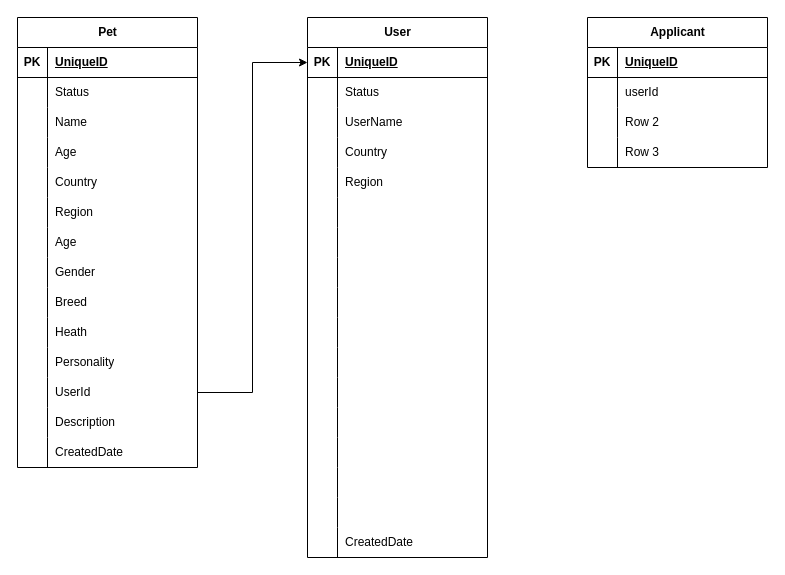
Earlier version of the draw.io diagram page "DB" (8 of 8) of MyApps/PetAdotion.drawio (vinceliao99/MyDiagrams). Source tidied: cells renumbered, new cells numbered last; positions are measured from the earlier drawing's top-left corner, leaving out a move shared by most shapes. Both pictures are drawn from the tidied source at 100%, with x=0, y=0 at pixel (17, 17).
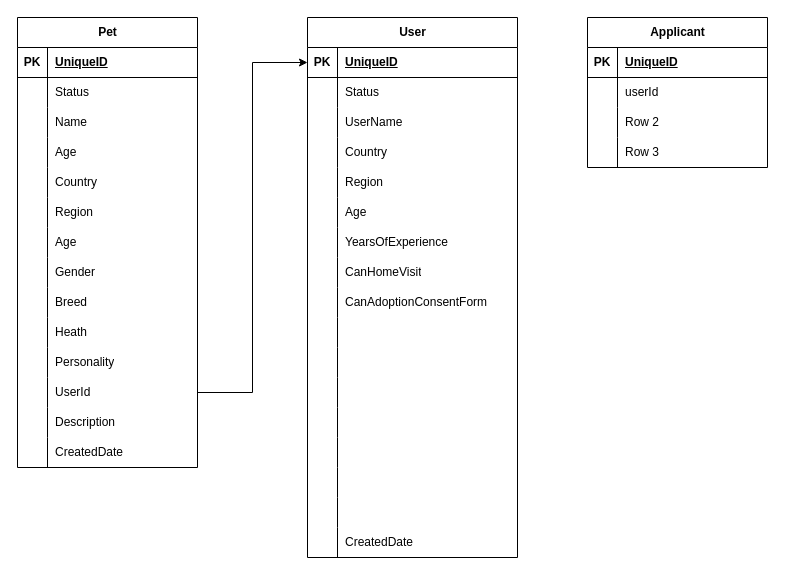
After the change.

Diff of the diagram source:
```diff
@@
     <mxCell id="2" value="User" style="shape=table;startSize=30;childLayout=tableLayout;rowLines=0;fontStyle=1;align=center;html=1;" parent="1" vertex="1">
-      <mxGeometry x="290" width="180" height="540" as="geometry" />
+      <mxGeometry x="290" width="210" height="540" as="geometry" />
     </mxCell>
     <mxCell id="3" style="shape=tableRow;horizontal=0;startSize=0;swimlaneHead=0;swimlaneBody=0;fillColor=none;points=[[0,0.5],[1,0.5]];portConstraint=eastwest;top=0;left=0;right=0;bottom=1;" parent="2" vertex="1">
-      <mxGeometry y="30" width="180" height="30" as="geometry" />
+      <mxGeometry y="30" width="210" height="30" as="geometry" />
     </mxCell>
@@
     <mxCell id="5" value="UniqueID" style="shape=partialRectangle;fillColor=none;top=0;left=0;bottom=0;right=0;align=left;spacingLeft=6;fontStyle=5;overflow=hidden;whiteSpace=wrap;html=1;" parent="3" vertex="1">
-      <mxGeometry x="30" width="150" height="30" as="geometry" />
+      <mxGeometry x="30" width="180" height="30" as="geometry" />
     </mxCell>
     <mxCell id="6" style="shape=tableRow;horizontal=0;startSize=0;swimlaneHead=0;swimlaneBody=0;fillColor=none;top=0;left=0;right=0;bottom=0;" parent="2" vertex="1">
-      <mxGeometry y="60" width="180" height="30" as="geometry" />
+      <mxGeometry y="60" width="210" height="30" as="geometry" />
     </mxCell>
@@
     <mxCell id="8" value="Status" style="shape=partialRectangle;fillColor=none;top=0;left=0;bottom=0;right=0;align=left;spacingLeft=6;overflow=hidden;whiteSpace=wrap;html=1;" parent="6" vertex="1">
-      <mxGeometry x="30" width="150" height="30" as="geometry" />
+      <mxGeometry x="30" width="180" height="30" as="geometry" />
     </mxCell>
     <mxCell id="9" style="shape=tableRow;horizontal=0;startSize=0;swimlaneHead=0;swimlaneBody=0;fillColor=none;top=0;left=0;right=0;bottom=0;" parent="2" vertex="1">
-      <mxGeometry y="90" width="180" height="30" as="geometry" />
+      <mxGeometry y="90" width="210" height="30" as="geometry" />
     </mxCell>
@@
     <mxCell id="11" value="UserName" style="shape=partialRectangle;fillColor=none;top=0;left=0;bottom=0;right=0;align=left;spacingLeft=6;overflow=hidden;whiteSpace=wrap;html=1;" parent="9" vertex="1">
-      <mxGeometry x="30" width="150" height="30" as="geometry" />
+      <mxGeometry x="30" width="180" height="30" as="geometry" />
     </mxCell>
     <mxCell id="12" style="shape=tableRow;horizontal=0;startSize=0;swimlaneHead=0;swimlaneBody=0;fillColor=none;top=0;left=0;right=0;bottom=0;" parent="2" vertex="1">
-      <mxGeometry y="120" width="180" height="30" as="geometry" />
+      <mxGeometry y="120" width="210" height="30" as="geometry" />
     </mxCell>
@@
     <mxCell id="14" value="Country" style="shape=partialRectangle;fillColor=none;top=0;left=0;bottom=0;right=0;align=left;spacingLeft=6;overflow=hidden;whiteSpace=wrap;html=1;" parent="12" vertex="1">
-      <mxGeometry x="30" width="150" height="30" as="geometry" />
+      <mxGeometry x="30" width="180" height="30" as="geometry" />
     </mxCell>
     <mxCell id="15" style="shape=tableRow;horizontal=0;startSize=0;swimlaneHead=0;swimlaneBody=0;fillColor=none;top=0;left=0;right=0;bottom=0;" parent="2" vertex="1">
-      <mxGeometry y="150" width="180" height="30" as="geometry" />
+      <mxGeometry y="150" width="210" height="30" as="geometry" />
     </mxCell>
@@
     <mxCell id="17" value="Region" style="shape=partialRectangle;fillColor=none;top=0;left=0;bottom=0;right=0;align=left;spacingLeft=6;overflow=hidden;whiteSpace=wrap;html=1;" parent="15" vertex="1">
-      <mxGeometry x="30" width="150" height="30" as="geometry" />
+      <mxGeometry x="30" width="180" height="30" as="geometry" />
     </mxCell>
     <mxCell id="18" style="shape=tableRow;horizontal=0;startSize=0;swimlaneHead=0;swimlaneBody=0;fillColor=none;top=0;left=0;right=0;bottom=0;" parent="2" vertex="1">
-      <mxGeometry y="180" width="180" height="30" as="geometry" />
+      <mxGeometry y="180" width="210" height="30" as="geometry" />
     </mxCell>
@@
-    <mxCell id="20" style="shape=partialRectangle;fillColor=none;top=0;left=0;bottom=0;right=0;align=left;spacingLeft=6;overflow=hidden;whiteSpace=wrap;html=1;" parent="18" vertex="1">
-      <mxGeometry x="30" width="150" height="30" as="geometry" />
+    <mxCell id="20" value="Age" style="shape=partialRectangle;fillColor=none;top=0;left=0;bottom=0;right=0;align=left;spacingLeft=6;overflow=hidden;whiteSpace=wrap;html=1;" parent="18" vertex="1">
+      <mxGeometry x="30" width="180" height="30" as="geometry" />
     </mxCell>
     <mxCell id="21" style="shape=tableRow;horizontal=0;startSize=0;swimlaneHead=0;swimlaneBody=0;fillColor=none;top=0;left=0;right=0;bottom=0;" parent="2" vertex="1">
-      <mxGeometry y="210" width="180" height="30" as="geometry" />
+      <mxGeometry y="210" width="210" height="30" as="geometry" />
     </mxCell>
@@
-    <mxCell id="23" style="shape=partialRectangle;fillColor=none;top=0;left=0;bottom=0;right=0;align=left;spacingLeft=6;overflow=hidden;whiteSpace=wrap;html=1;" parent="21" vertex="1">
-      <mxGeometry x="30" width="150" height="30" as="geometry" />
+    <mxCell id="23" value="YearsOfExperience" style="shape=partialRectangle;fillColor=none;top=0;left=0;bottom=0;right=0;align=left;spacingLeft=6;overflow=hidden;whiteSpace=wrap;html=1;" parent="21" vertex="1">
+      <mxGeometry x="30" width="180" height="30" as="geometry" />
     </mxCell>
     <mxCell id="24" style="shape=tableRow;horizontal=0;startSize=0;swimlaneHead=0;swimlaneBody=0;fillColor=none;top=0;left=0;right=0;bottom=0;" parent="2" vertex="1">
-      <mxGeometry y="240" width="180" height="30" as="geometry" />
+      <mxGeometry y="240" width="210" height="30" as="geometry" />
     </mxCell>
@@
-    <mxCell id="26" style="shape=partialRectangle;fillColor=none;top=0;left=0;bottom=0;right=0;align=left;spacingLeft=6;overflow=hidden;whiteSpace=wrap;html=1;" parent="24" vertex="1">
-      <mxGeometry x="30" width="150" height="30" as="geometry" />
+    <mxCell id="26" value="CanHomeVisit" style="shape=partialRectangle;fillColor=none;top=0;left=0;bottom=0;right=0;align=left;spacingLeft=6;overflow=hidden;whiteSpace=wrap;html=1;" parent="24" vertex="1">
+      <mxGeometry x="30" width="180" height="30" as="geometry" />
     </mxCell>
     <mxCell id="27" style="shape=tableRow;horizontal=0;startSize=0;swimlaneHead=0;swimlaneBody=0;fillColor=none;top=0;left=0;right=0;bottom=0;" parent="2" vertex="1">
-      <mxGeometry y="270" width="180" height="30" as="geometry" />
+      <mxGeometry y="270" width="210" height="30" as="geometry" />
     </mxCell>
@@
-    <mxCell id="29" style="shape=partialRectangle;fillColor=none;top=0;left=0;bottom=0;right=0;align=left;spacingLeft=6;overflow=hidden;whiteSpace=wrap;html=1;" parent="27" vertex="1">
-      <mxGeometry x="30" width="150" height="30" as="geometry" />
+    <mxCell id="29" value="CanAdoptionConsentForm" style="shape=partialRectangle;fillColor=none;top=0;left=0;bottom=0;right=0;align=left;spacingLeft=6;overflow=hidden;whiteSpace=wrap;html=1;" parent="27" vertex="1">
+      <mxGeometry x="30" width="180" height="30" as="geometry" />
     </mxCell>
     <mxCell id="30" style="shape=tableRow;horizontal=0;startSize=0;swimlaneHead=0;swimlaneBody=0;fillColor=none;top=0;left=0;right=0;bottom=0;" parent="2" vertex="1">
-      <mxGeometry y="300" width="180" height="30" as="geometry" />
+      <mxGeometry y="300" width="210" height="30" as="geometry" />
     </mxCell>
@@
     <mxCell id="32" style="shape=partialRectangle;fillColor=none;top=0;left=0;bottom=0;right=0;align=left;spacingLeft=6;overflow=hidden;whiteSpace=wrap;html=1;" parent="30" vertex="1">
-      <mxGeometry x="30" width="150" height="30" as="geometry" />
+      <mxGeometry x="30" width="180" height="30" as="geometry" />
     </mxCell>
     <mxCell id="33" style="shape=tableRow;horizontal=0;startSize=0;swimlaneHead=0;swimlaneBody=0;fillColor=none;top=0;left=0;right=0;bottom=0;" parent="2" vertex="1">
-      <mxGeometry y="330" width="180" height="30" as="geometry" />
+      <mxGeometry y="330" width="210" height="30" as="geometry" />
     </mxCell>
@@
     <mxCell id="35" style="shape=partialRectangle;fillColor=none;top=0;left=0;bottom=0;right=0;align=left;spacingLeft=6;overflow=hidden;whiteSpace=wrap;html=1;" parent="33" vertex="1">
-      <mxGeometry x="30" width="150" height="30" as="geometry" />
+      <mxGeometry x="30" width="180" height="30" as="geometry" />
     </mxCell>
     <mxCell id="36" style="shape=tableRow;horizontal=0;startSize=0;swimlaneHead=0;swimlaneBody=0;fillColor=none;top=0;left=0;right=0;bottom=0;" parent="2" vertex="1">
-      <mxGeometry y="360" width="180" height="30" as="geometry" />
+      <mxGeometry y="360" width="210" height="30" as="geometry" />
     </mxCell>
@@
     <mxCell id="38" style="shape=partialRectangle;fillColor=none;top=0;left=0;bottom=0;right=0;align=left;spacingLeft=6;overflow=hidden;whiteSpace=wrap;html=1;" parent="36" vertex="1">
-      <mxGeometry x="30" width="150" height="30" as="geometry" />
+      <mxGeometry x="30" width="180" height="30" as="geometry" />
     </mxCell>
     <mxCell id="39" style="shape=tableRow;horizontal=0;startSize=0;swimlaneHead=0;swimlaneBody=0;fillColor=none;top=0;left=0;right=0;bottom=0;" parent="2" vertex="1">
-      <mxGeometry y="390" width="180" height="30" as="geometry" />
+      <mxGeometry y="390" width="210" height="30" as="geometry" />
     </mxCell>
@@
     <mxCell id="41" style="shape=partialRectangle;fillColor=none;top=0;left=0;bottom=0;right=0;align=left;spacingLeft=6;overflow=hidden;whiteSpace=wrap;html=1;" parent="39" vertex="1">
-      <mxGeometry x="30" width="150" height="30" as="geometry" />
+      <mxGeometry x="30" width="180" height="30" as="geometry" />
     </mxCell>
     <mxCell id="42" style="shape=tableRow;horizontal=0;startSize=0;swimlaneHead=0;swimlaneBody=0;fillColor=none;top=0;left=0;right=0;bottom=0;" parent="2" vertex="1">
-      <mxGeometry y="420" width="180" height="30" as="geometry" />
+      <mxGeometry y="420" width="210" height="30" as="geometry" />
     </mxCell>
@@
     <mxCell id="44" style="shape=partialRectangle;fillColor=none;top=0;left=0;bottom=0;right=0;align=left;spacingLeft=6;overflow=hidden;whiteSpace=wrap;html=1;" parent="42" vertex="1">
-      <mxGeometry x="30" width="150" height="30" as="geometry" />
+      <mxGeometry x="30" width="180" height="30" as="geometry" />
     </mxCell>
     <mxCell id="45" style="shape=tableRow;horizontal=0;startSize=0;swimlaneHead=0;swimlaneBody=0;fillColor=none;top=0;left=0;right=0;bottom=0;" parent="2" vertex="1">
-      <mxGeometry y="450" width="180" height="30" as="geometry" />
+      <mxGeometry y="450" width="210" height="30" as="geometry" />
     </mxCell>
@@
     <mxCell id="47" style="shape=partialRectangle;fillColor=none;top=0;left=0;bottom=0;right=0;align=left;spacingLeft=6;overflow=hidden;whiteSpace=wrap;html=1;" parent="45" vertex="1">
-      <mxGeometry x="30" width="150" height="30" as="geometry" />
+      <mxGeometry x="30" width="180" height="30" as="geometry" />
     </mxCell>
     <mxCell id="48" style="shape=tableRow;horizontal=0;startSize=0;swimlaneHead=0;swimlaneBody=0;fillColor=none;top=0;left=0;right=0;bottom=0;" parent="2" vertex="1">
-      <mxGeometry y="480" width="180" height="30" as="geometry" />
+      <mxGeometry y="480" width="210" height="30" as="geometry" />
     </mxCell>
@@
     <mxCell id="50" style="shape=partialRectangle;fillColor=none;top=0;left=0;bottom=0;right=0;align=left;spacingLeft=6;overflow=hidden;whiteSpace=wrap;html=1;" parent="48" vertex="1">
-      <mxGeometry x="30" width="150" height="30" as="geometry" />
+      <mxGeometry x="30" width="180" height="30" as="geometry" />
     </mxCell>
     <mxCell id="51" style="shape=tableRow;horizontal=0;startSize=0;swimlaneHead=0;swimlaneBody=0;fillColor=none;top=0;left=0;right=0;bottom=0;" parent="2" vertex="1">
-      <mxGeometry y="510" width="180" height="30" as="geometry" />
+      <mxGeometry y="510" width="210" height="30" as="geometry" />
     </mxCell>
@@
     <mxCell id="53" value="CreatedDate" style="shape=partialRectangle;fillColor=none;top=0;left=0;bottom=0;right=0;align=left;spacingLeft=6;overflow=hidden;whiteSpace=wrap;html=1;" parent="51" vertex="1">
-      <mxGeometry x="30" width="150" height="30" as="geometry" />
+      <mxGeometry x="30" width="180" height="30" as="geometry" />
     </mxCell>
```
